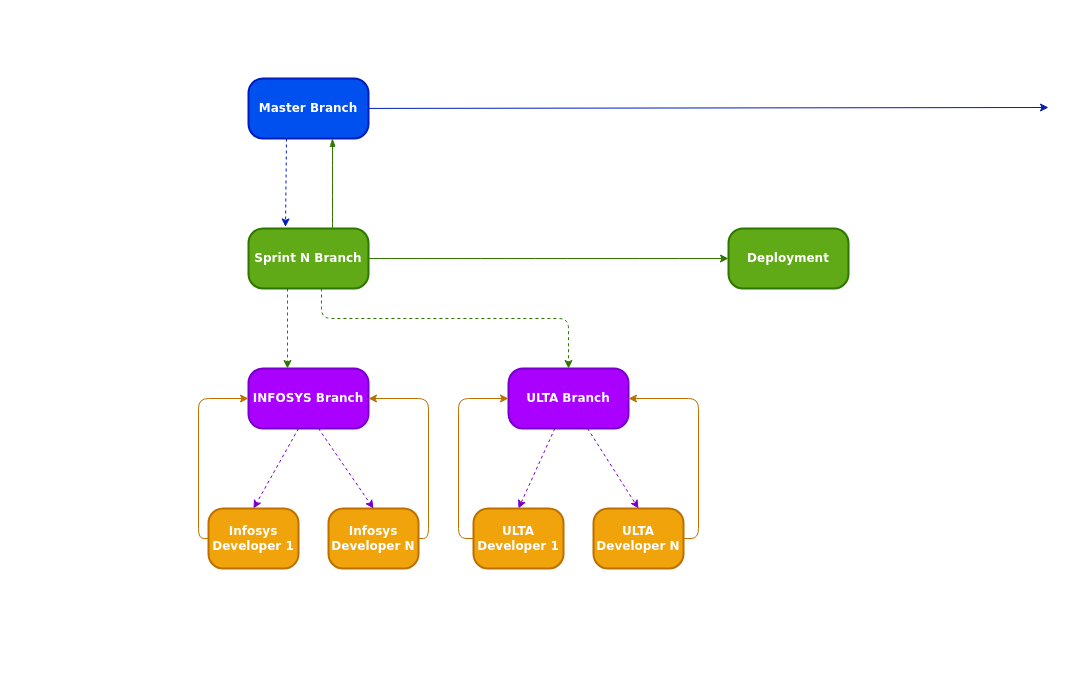
Earlier version of the draw.io diagram Untitled Diagram.drawio (haroonjoblo/fulljs). Source tidied: cells renumbered, new cells numbered last; positions are measured from the earlier drawing's top-left corner, leaving out a move shared by most shapes. Both pictures are drawn from the tidied source at 100%, with x=0, y=0 at pixel (198, 78). Pictures stored in the file or linked from it are replaced by grey dashed boxes.
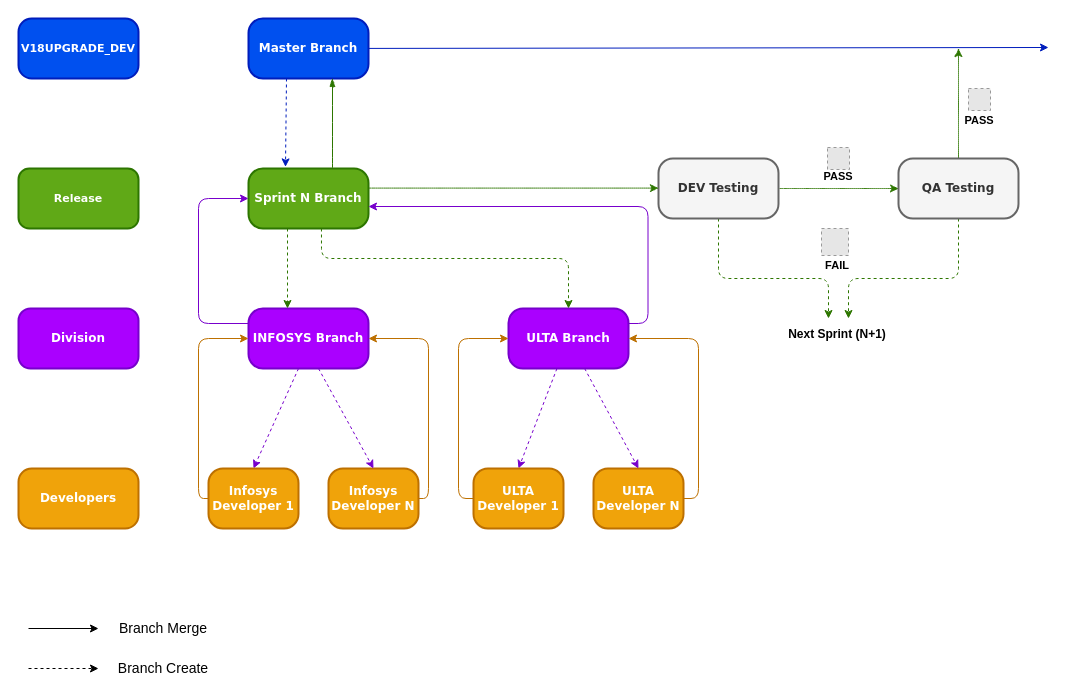
The same page after the edit.

The edit, as a diff of the source:
```diff
@@
     <mxCell id="2" value="Master Branch" style="rounded=1;whiteSpace=wrap;html=1;arcSize=24;fillColor=#0050ef;strokeColor=#001DBC;shadow=0;comic=0;labelBackgroundColor=none;fontFamily=Verdana;fontSize=12;align=center;fontColor=#ffffff;fontStyle=1;strokeWidth=2;" parent="1" vertex="1">
-      <mxGeometry x="50" width="120" height="60" as="geometry" />
+      <mxGeometry x="50" y="-60" width="120" height="60" as="geometry" />
     </mxCell>
     <mxCell id="3" style="endArrow=classic;html=1;fillColor=#0050ef;strokeColor=#001DBC;strokeWidth=1;" parent="1" edge="1" source="2">
       <mxGeometry relative="1" as="geometry">
-        <mxPoint x="850" y="29" as="targetPoint" />
+        <mxPoint x="850" y="-31" as="targetPoint" />
       </mxGeometry>
     </mxCell>
     <mxCell id="4" style="endArrow=classic;html=1;strokeWidth=1;exitX=0.5;exitY=1;exitDx=0;exitDy=0;fillColor=#0050ef;strokeColor=#001DBC;dashed=1;entryX=0.3;entryY=-0.027;entryDx=0;entryDy=0;entryPerimeter=0;" parent="1" edge="1">
       <mxGeometry relative="1" as="geometry">
-        <mxPoint x="88" y="60" as="sourcePoint" />
-        <mxPoint x="87" y="148.4" as="targetPoint" />
+        <mxPoint x="88" as="sourcePoint" />
+        <mxPoint x="87" y="88.4" as="targetPoint" />
       </mxGeometry>
     </mxCell>
     <mxCell id="5" value="Sprint N Branch" style="rounded=1;whiteSpace=wrap;html=1;arcSize=24;fillColor=#60a917;strokeColor=#2D7600;shadow=0;comic=0;labelBackgroundColor=none;fontFamily=Verdana;fontSize=12;align=center;fontColor=#ffffff;fontStyle=1;strokeWidth=2;" parent="1" vertex="1">
-      <mxGeometry x="50" y="150" width="120" height="60" as="geometry" />
+      <mxGeometry x="50" y="90" width="120" height="60" as="geometry" />
     </mxCell>
     <mxCell id="6" style="comic=1;strokeWidth=1;endArrow=blockThin;html=1;fontFamily=Comic Sans MS;fontStyle=1;entryX=0.5;entryY=1;entryDx=0;entryDy=0;curved=1;fillColor=#60a917;strokeColor=#2D7600;" parent="1" edge="1">
       <mxGeometry relative="1" as="geometry">
-        <mxPoint x="134" y="150" as="sourcePoint" />
-        <mxPoint x="134" y="60" as="targetPoint" />
+        <mxPoint x="134" y="90" as="sourcePoint" />
+        <mxPoint x="134" as="targetPoint" />
       </mxGeometry>
     </mxCell>
     <mxCell id="7" value="INFOSYS Branch" style="rounded=1;whiteSpace=wrap;html=1;arcSize=24;fillColor=#aa00ff;strokeColor=#7700CC;shadow=0;comic=0;labelBackgroundColor=none;fontFamily=Verdana;fontSize=12;align=center;fontColor=#ffffff;fontStyle=1;strokeWidth=2;" parent="1" vertex="1">
-      <mxGeometry x="50" y="290" width="120" height="60" as="geometry" />
+      <mxGeometry x="50" y="230" width="120" height="60" as="geometry" />
     </mxCell>
     <mxCell id="8" value="ULTA Branch" style="rounded=1;whiteSpace=wrap;html=1;arcSize=24;fillColor=#aa00ff;strokeColor=#7700CC;shadow=0;comic=0;labelBackgroundColor=none;fontFamily=Verdana;fontSize=12;align=center;fontColor=#ffffff;fontStyle=1;strokeWidth=2;" parent="1" vertex="1">
-      <mxGeometry x="310" y="290" width="120" height="60" as="geometry" />
+      <mxGeometry x="310" y="230" width="120" height="60" as="geometry" />
     </mxCell>
     <mxCell id="9" style="endArrow=classic;html=1;strokeWidth=1;fillColor=#60a917;strokeColor=#2D7600;dashed=1;exitX=0.325;exitY=1;exitDx=0;exitDy=0;exitPerimeter=0;" parent="1" edge="1" source="5">
       <mxGeometry relative="1" as="geometry">
-        <mxPoint x="89" y="290" as="targetPoint" />
+        <mxPoint x="89" y="230" as="targetPoint" />
       </mxGeometry>
     </mxCell>
-    <mxCell id="10" style="endArrow=classic;html=1;strokeWidth=1;fillColor=#60a917;strokeColor=#2D7600;curved=1;" parent="1" edge="1" source="5" target="11">
-      <mxGeometry relative="1" as="geometry" />
-    </mxCell>
+    <mxCell id="25" style="edgeStyle=orthogonalEdgeStyle;curved=1;comic=1;jumpSize=0;jettySize=auto;html=1;shadow=0;dashed=1;dashPattern=1 1;strokeColor=#2D7600;strokeWidth=1;fontSize=11;fillColor=#60a917;" parent="1" edge="1" source="11" target="29">
+      <mxGeometry relative="1" as="geometry" />
+    </mxCell>
+    <mxCell id="26" style="edgeStyle=orthogonalEdgeStyle;comic=0;jumpSize=0;jettySize=auto;html=1;shadow=0;strokeColor=#2D7600;strokeWidth=1;fontSize=11;fontColor=#000000;rounded=1;fillColor=#60a917;endArrow=classic;endFill=1;dashed=1;" parent="1" edge="1" source="11">
+      <mxGeometry relative="1" as="geometry">
+        <mxPoint x="630" y="240" as="targetPoint" />
+        <Array as="points">
+          <mxPoint x="520" y="200" />
+          <mxPoint x="630" y="200" />
+        </Array>
+      </mxGeometry>
+    </mxCell>
-    <mxCell id="11" value="Deployment" style="rounded=1;whiteSpace=wrap;html=1;arcSize=24;fillColor=#60a917;strokeColor=#2D7600;shadow=0;comic=0;labelBackgroundColor=none;fontFamily=Verdana;fontSize=12;align=center;fontColor=#ffffff;fontStyle=1;strokeWidth=2;" parent="1" vertex="1">
-      <mxGeometry x="530" y="150" width="120" height="60" as="geometry" />
+    <mxCell id="11" value="DEV Testing" style="rounded=1;whiteSpace=wrap;html=1;arcSize=24;shadow=0;comic=0;labelBackgroundColor=none;fontFamily=Verdana;fontSize=12;align=center;fontStyle=1;strokeWidth=2;fillColor=#f5f5f5;strokeColor=#666666;fontColor=#333333;" parent="1" vertex="1">
+      <mxGeometry x="460" y="80" width="120" height="60" as="geometry" />
     </mxCell>
+    <mxCell id="27" style="edgeStyle=orthogonalEdgeStyle;curved=1;comic=1;jumpSize=0;jettySize=auto;html=1;shadow=0;dashed=1;dashPattern=1 1;strokeColor=#2D7600;strokeWidth=1;fontSize=11;fillColor=#60a917;" parent="1" edge="1" source="29">
+      <mxGeometry relative="1" as="geometry">
+        <mxPoint x="760" y="-30" as="targetPoint" />
+      </mxGeometry>
+    </mxCell>
+    <mxCell id="28" style="edgeStyle=orthogonalEdgeStyle;rounded=1;comic=0;jumpSize=0;jettySize=auto;html=1;shadow=0;dashed=1;endArrow=classic;endFill=1;strokeColor=#2D7600;strokeWidth=1;fontSize=11;fontColor=#000000;fillColor=#60a917;" parent="1" edge="1" source="29">
+      <mxGeometry relative="1" as="geometry">
+        <mxPoint x="650" y="240" as="targetPoint" />
+        <Array as="points">
+          <mxPoint x="760" y="200" />
+          <mxPoint x="650" y="200" />
+        </Array>
+      </mxGeometry>
+    </mxCell>
+    <mxCell id="29" value="QA Testing" style="rounded=1;whiteSpace=wrap;html=1;arcSize=24;fillColor=#f5f5f5;strokeColor=#666666;shadow=0;comic=0;labelBackgroundColor=none;fontFamily=Verdana;fontSize=12;align=center;fontStyle=1;strokeWidth=2;fontColor=#333333;" parent="1" vertex="1">
+      <mxGeometry x="700" y="80" width="120" height="60" as="geometry" />
+    </mxCell>
     <mxCell id="12" style="edgeStyle=segmentEdgeStyle;endArrow=classic;html=1;shadow=0;strokeWidth=1;exitX=0.608;exitY=1;exitDx=0;exitDy=0;exitPerimeter=0;entryX=0.5;entryY=0;entryDx=0;entryDy=0;fillColor=#60a917;strokeColor=#2D7600;dashed=1;" parent="1" edge="1" source="5" target="8">
       <mxGeometry relative="1" as="geometry">
         <Array as="points">
-          <mxPoint x="123" y="240" />
-          <mxPoint x="370" y="240" />
+          <mxPoint x="123" y="180" />
+          <mxPoint x="370" y="180" />
         </Array>
       </mxGeometry>
     </mxCell>
     <mxCell id="13" style="endArrow=classic;html=1;strokeWidth=1;fillColor=#aa00ff;strokeColor=#7700CC;dashed=1;entryX=0.5;entryY=0;entryDx=0;entryDy=0;" parent="1" edge="1" target="14">
       <mxGeometry relative="1" as="geometry">
-        <mxPoint x="100" y="350" as="sourcePoint" />
+        <mxPoint x="100" y="290" as="sourcePoint" />
       </mxGeometry>
     </mxCell>
     <mxCell id="14" value="Infosys Developer 1" style="rounded=1;whiteSpace=wrap;html=1;arcSize=24;fillColor=#f0a30a;strokeColor=#BD7000;shadow=0;comic=0;labelBackgroundColor=none;fontFamily=Verdana;fontSize=12;align=center;fontColor=#ffffff;fontStyle=1;strokeWidth=2;" parent="1" vertex="1">
-      <mxGeometry x="10" y="430" width="90" height="60" as="geometry" />
+      <mxGeometry x="10" y="390" width="90" height="60" as="geometry" />
     </mxCell>
     <mxCell id="15" value="Infosys Developer N" style="rounded=1;whiteSpace=wrap;html=1;arcSize=24;fillColor=#f0a30a;strokeColor=#BD7000;shadow=0;comic=0;labelBackgroundColor=none;fontFamily=Verdana;fontSize=12;align=center;fontColor=#ffffff;fontStyle=1;strokeWidth=2;" parent="1" vertex="1">
-      <mxGeometry x="130" y="430" width="90" height="60" as="geometry" />
+      <mxGeometry x="130" y="390" width="90" height="60" as="geometry" />
     </mxCell>
     <mxCell id="16" style="endArrow=classic;html=1;shadow=0;dashed=1;strokeWidth=1;exitX=0.5;exitY=1;exitDx=0;exitDy=0;entryX=0.5;entryY=0;entryDx=0;entryDy=0;fillColor=#aa00ff;strokeColor=#7700CC;" parent="1" edge="1" target="15">
       <mxGeometry relative="1" as="geometry">
-        <mxPoint x="120" y="350" as="sourcePoint" />
+        <mxPoint x="120" y="290" as="sourcePoint" />
       </mxGeometry>
     </mxCell>
@@
     <mxCell id="18" value="ULTA Developer 1" style="rounded=1;whiteSpace=wrap;html=1;arcSize=24;fillColor=#f0a30a;strokeColor=#BD7000;shadow=0;comic=0;labelBackgroundColor=none;fontFamily=Verdana;fontSize=12;align=center;fontColor=#ffffff;fontStyle=1;strokeWidth=2;" parent="1" vertex="1">
-      <mxGeometry x="275" y="430" width="90" height="60" as="geometry" />
+      <mxGeometry x="275" y="390" width="90" height="60" as="geometry" />
     </mxCell>
     <mxCell id="19" value="ULTA Developer N" style="rounded=1;whiteSpace=wrap;html=1;arcSize=24;fillColor=#f0a30a;strokeColor=#BD7000;shadow=0;comic=0;labelBackgroundColor=none;fontFamily=Verdana;fontSize=12;align=center;fontColor=#ffffff;fontStyle=1;strokeWidth=2;" parent="1" vertex="1">
-      <mxGeometry x="395" y="430" width="90" height="60" as="geometry" />
+      <mxGeometry x="395" y="390" width="90" height="60" as="geometry" />
     </mxCell>
@@
     <mxCell id="21" style="edgeStyle=elbowEdgeStyle;elbow=horizontal;endArrow=classic;html=1;shadow=0;strokeWidth=1;exitX=0;exitY=0.5;exitDx=0;exitDy=0;entryX=0;entryY=0.5;entryDx=0;entryDy=0;fillColor=#f0a30a;strokeColor=#BD7000;" parent="1" edge="1" source="18" target="8">
       <mxGeometry relative="1" as="geometry">
         <Array as="points">
-          <mxPoint x="260" y="390" />
+          <mxPoint x="260" y="330" />
         </Array>
       </mxGeometry>
     </mxCell>
     <mxCell id="22" style="edgeStyle=elbowEdgeStyle;elbow=horizontal;endArrow=classic;html=1;shadow=0;strokeWidth=1;exitX=1;exitY=0.5;exitDx=0;exitDy=0;entryX=1;entryY=0.5;entryDx=0;entryDy=0;fillColor=#f0a30a;strokeColor=#BD7000;" parent="1" edge="1" source="19" target="8">
       <mxGeometry relative="1" as="geometry">
         <Array as="points">
-          <mxPoint x="500" y="390" />
+          <mxPoint x="500" y="330" />
         </Array>
       </mxGeometry>
     </mxCell>
     <mxCell id="23" style="edgeStyle=elbowEdgeStyle;elbow=horizontal;endArrow=classic;html=1;shadow=0;strokeWidth=1;exitX=0;exitY=0.5;exitDx=0;exitDy=0;entryX=0;entryY=0.5;entryDx=0;entryDy=0;fillColor=#f0a30a;strokeColor=#BD7000;" parent="1" edge="1" source="14" target="7">
       <mxGeometry relative="1" as="geometry">
         <Array as="points">
-          <mxPoint y="390" />
+          <mxPoint y="330" />
         </Array>
       </mxGeometry>
     </mxCell>
     <mxCell id="24" style="edgeStyle=elbowEdgeStyle;elbow=horizontal;endArrow=classic;html=1;shadow=0;strokeWidth=1;fillColor=#f0a30a;strokeColor=#BD7000;" parent="1" edge="1" source="15" target="7">
       <mxGeometry relative="1" as="geometry">
         <Array as="points">
-          <mxPoint x="230" y="390" />
+          <mxPoint x="230" y="330" />
         </Array>
       </mxGeometry>
     </mxCell>
+    <mxCell id="30" style="edgeStyle=elbowEdgeStyle;elbow=horizontal;endArrow=classic;html=1;shadow=0;strokeWidth=1;exitX=0;exitY=0.25;exitDx=0;exitDy=0;entryX=0;entryY=0.5;entryDx=0;entryDy=0;fillColor=#aa00ff;strokeColor=#7700CC;" parent="1" edge="1" source="7" target="5">
+      <mxGeometry relative="1" as="geometry">
+        <Array as="points">
+          <mxPoint y="190" />
+        </Array>
+      </mxGeometry>
+    </mxCell>
+    <mxCell id="31" style="endArrow=classic;html=1;shadow=0;strokeWidth=1;fontSize=14;" parent="1" edge="1">
+      <mxGeometry relative="1" as="geometry">
+        <mxPoint x="-170" y="550" as="sourcePoint" />
+        <mxPoint x="-100" y="550" as="targetPoint" />
+      </mxGeometry>
+    </mxCell>
+    <mxCell id="32" style="endArrow=classic;html=1;shadow=0;strokeWidth=1;fontSize=14;dashed=1;" parent="1" edge="1">
+      <mxGeometry relative="1" as="geometry">
+        <mxPoint x="-170" y="590" as="sourcePoint" />
+        <mxPoint x="-100" y="590" as="targetPoint" />
+      </mxGeometry>
+    </mxCell>
+    <mxCell id="33" value="Branch Merge" style="text;html=1;strokeColor=none;fillColor=none;align=center;verticalAlign=middle;whiteSpace=wrap;rounded=0;fontSize=14;" parent="1" vertex="1">
+      <mxGeometry x="-90" y="540" width="110" height="20" as="geometry" />
+    </mxCell>
+    <mxCell id="34" value="Branch Create" style="text;html=1;strokeColor=none;fillColor=none;align=center;verticalAlign=middle;whiteSpace=wrap;rounded=0;fontSize=14;" parent="1" vertex="1">
+      <mxGeometry x="-90" y="580" width="110" height="20" as="geometry" />
+    </mxCell>
+    <mxCell id="35" value="V18UPGRADE_DEV" style="rounded=1;whiteSpace=wrap;html=1;arcSize=22;fillColor=#0050ef;strokeColor=#001DBC;shadow=0;comic=0;labelBackgroundColor=none;fontFamily=Verdana;fontSize=11;align=center;fontColor=#ffffff;fontStyle=1;strokeWidth=2;" parent="1" vertex="1">
+      <mxGeometry x="-180" y="-60" width="120" height="60" as="geometry" />
+    </mxCell>
+    <mxCell id="36" value="Release" style="rounded=1;whiteSpace=wrap;html=1;arcSize=18;fillColor=#60a917;strokeColor=#2D7600;shadow=0;comic=0;labelBackgroundColor=none;fontFamily=Verdana;fontSize=11;align=center;fontColor=#ffffff;fontStyle=1;strokeWidth=2;" parent="1" vertex="1">
+      <mxGeometry x="-180" y="90" width="120" height="60" as="geometry" />
+    </mxCell>
+    <mxCell id="37" value="Division" style="rounded=1;whiteSpace=wrap;html=1;arcSize=20;fillColor=#aa00ff;strokeColor=#7700CC;shadow=0;comic=0;labelBackgroundColor=none;fontFamily=Verdana;fontSize=12;align=center;fontColor=#ffffff;fontStyle=1;strokeWidth=2;" parent="1" vertex="1">
+      <mxGeometry x="-180" y="230" width="120" height="60" as="geometry" />
+    </mxCell>
+    <mxCell id="38" value="Developers" style="rounded=1;whiteSpace=wrap;html=1;arcSize=22;fillColor=#f0a30a;strokeColor=#BD7000;shadow=0;comic=0;labelBackgroundColor=none;fontFamily=Verdana;fontSize=12;align=center;fontColor=#ffffff;fontStyle=1;strokeWidth=2;" parent="1" vertex="1">
+      <mxGeometry x="-180" y="390" width="120" height="60" as="geometry" />
+    </mxCell>
+    <mxCell id="39" style="edgeStyle=elbowEdgeStyle;elbow=horizontal;endArrow=classic;html=1;shadow=0;strokeWidth=1;fillColor=#aa00ff;strokeColor=#7700CC;exitX=1;exitY=0.25;exitDx=0;exitDy=0;" parent="1" edge="1" source="8">
+      <mxGeometry relative="1" as="geometry">
+        <mxPoint x="170" y="128" as="targetPoint" />
+        <Array as="points">
+          <mxPoint x="449.5" y="185" />
+        </Array>
+      </mxGeometry>
+    </mxCell>
+    <mxCell id="40" style="edgeStyle=orthogonalEdgeStyle;curved=1;comic=1;jumpSize=0;orthogonalLoop=1;jettySize=auto;html=1;shadow=0;dashed=1;dashPattern=1 1;strokeColor=#2D7600;strokeWidth=1;fontSize=11;entryX=0;entryY=0.5;entryDx=0;entryDy=0;fillColor=#60a917;" parent="1" edge="1">
+      <mxGeometry relative="1" as="geometry">
+        <mxPoint x="170" y="109.6" as="sourcePoint" />
+        <mxPoint x="459.9" y="109.6" as="targetPoint" />
+      </mxGeometry>
+    </mxCell>
+    <mxCell id="41" value="PASS" style="text;html=1;align=center;verticalAlign=middle;whiteSpace=wrap;rounded=0;fontSize=11;fontStyle=1;fontColor=#000000;" parent="1" vertex="1">
+      <mxGeometry x="620" y="88" width="40" height="20" as="geometry" />
+    </mxCell>
+    <mxCell id="42" style="fillColor=#E6E6E6;strokeColor=#999999;dashed=1;html=1;verticalAlign=top;verticalLabelPosition=bottom;labelBackgroundColor=#ffffff;fontSize=11;fontColor=#69EBFF;" parent="1" vertex="1">
+      <mxGeometry x="629" y="69" width="22" height="22" as="geometry" />
+    </mxCell>
+    <mxCell id="43" style="fillColor=#E6E6E6;strokeColor=#999999;dashed=1;html=1;verticalAlign=top;verticalLabelPosition=bottom;labelBackgroundColor=#ffffff;fontSize=11;fontColor=#69EBFF;" parent="1" vertex="1">
+      <mxGeometry x="770" y="10" width="22" height="22" as="geometry" />
+    </mxCell>
+    <mxCell id="44" value="PASS" style="text;html=1;align=center;verticalAlign=middle;whiteSpace=wrap;rounded=0;fontSize=11;fontStyle=1;fontColor=#000000;" parent="1" vertex="1">
+      <mxGeometry x="761" y="32" width="40" height="20" as="geometry" />
+    </mxCell>
+    <mxCell id="45" style="fillColor=#E6E6E6;strokeColor=#999999;dashed=1;html=1;verticalAlign=top;verticalLabelPosition=bottom;labelBackgroundColor=#ffffff;fontSize=11;fontColor=#000000;" parent="1" vertex="1">
+      <mxGeometry x="623" y="150" width="27" height="27" as="geometry" />
+    </mxCell>
+    <mxCell id="46" value="FAIL" style="text;html=1;align=center;verticalAlign=middle;whiteSpace=wrap;rounded=0;fontSize=11;fontStyle=1;fontColor=#000000;" parent="1" vertex="1">
+      <mxGeometry x="618.5" y="177" width="40" height="20" as="geometry" />
+    </mxCell>
+    <mxCell id="47" value="Next Sprint (N+1)" style="text;html=1;strokeColor=none;fillColor=none;align=center;verticalAlign=middle;whiteSpace=wrap;rounded=0;fontSize=12;fontColor=#000000;fontStyle=1;" parent="1" vertex="1">
+      <mxGeometry x="583.5" y="246" width="110" height="20" as="geometry" />
+    </mxCell>
```
